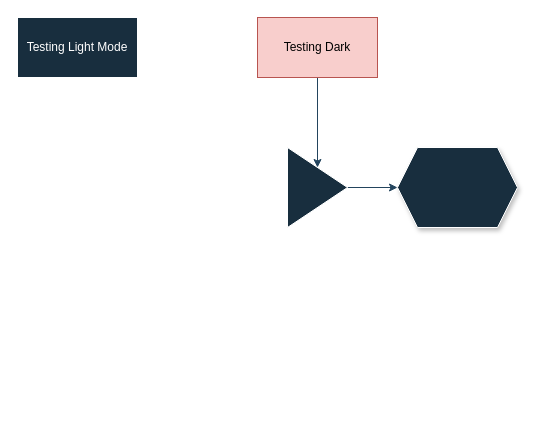
The draw.io diagram TestFolder/TestDarkLight.drawio in Peeeet/DrawIO-Test, before the edit. Source tidied: cells renumbered, new cells numbered last; positions are measured from the earlier drawing's top-left corner, leaving out a move shared by most shapes. Both pictures are drawn from the tidied source at 100%, with x=0, y=0 at pixel (17, 17).
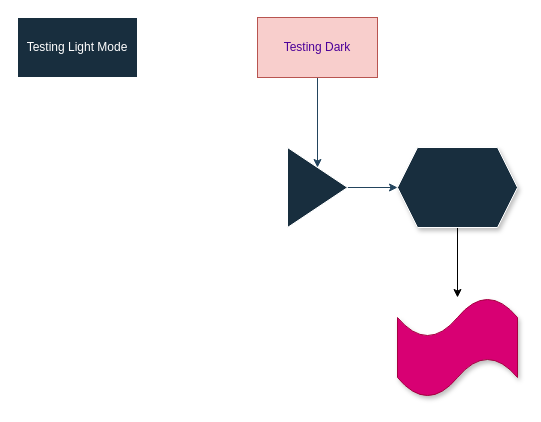
Above is the later version.

The edit, as a diff of the source:
```diff
@@
 <mxGraphModel>
   <root>
     <mxCell id="0" />
     <mxCell id="1" parent="0" />
     <mxCell id="2" value="Testing Light Mode" style="whiteSpace=wrap;html=1;fillColor=#182E3E;strokeColor=#FFFFFF;labelBackgroundColor=none;fontColor=#FFFFFF;" parent="1" vertex="1">
       <mxGeometry width="120" height="60" as="geometry" />
     </mxCell>
     <mxCell id="3" style="edgeStyle=orthogonalEdgeStyle;rounded=0;jettySize=auto;html=1;strokeColor=#23445D;fontColor=default;labelBackgroundColor=none;" parent="1" edge="1" source="4" target="6">
       <mxGeometry relative="1" as="geometry" />
     </mxCell>
-    <mxCell id="4" value="Testing Dark" style="whiteSpace=wrap;html=1;labelBackgroundColor=none;fillColor=#f8cecc;strokeColor=#b85450;" parent="1" vertex="1">
+    <mxCell id="4" value="Testing Dark" style="whiteSpace=wrap;html=1;labelBackgroundColor=none;fillColor=#f8cecc;strokeColor=#b85450;fontColor=#4C0099;" parent="1" vertex="1">
       <mxGeometry x="240" width="120" height="60" as="geometry" />
     </mxCell>
     <mxCell id="5" style="edgeStyle=orthogonalEdgeStyle;rounded=0;jettySize=auto;html=1;strokeColor=#23445D;fontColor=default;labelBackgroundColor=none;" parent="1" edge="1" source="6" target="7">
       <mxGeometry relative="1" as="geometry" />
     </mxCell>
     <mxCell id="6" style="triangle;whiteSpace=wrap;html=1;fillColor=#182E3E;strokeColor=#FFFFFF;fontColor=#FFFFFF;labelBackgroundColor=none;" parent="1" vertex="1">
       <mxGeometry x="270" y="130" width="60" height="80" as="geometry" />
     </mxCell>
+    <mxCell id="8" style="edgeStyle=none;html=1;fontColor=#4C0099;" parent="1" edge="1" source="7" target="9">
+      <mxGeometry relative="1" as="geometry" />
+    </mxCell>
     <mxCell id="7" style="shape=hexagon;perimeter=hexagonPerimeter2;whiteSpace=wrap;html=1;fixedSize=1;fillColor=#182E3E;strokeColor=#FFFFFF;fontColor=#FFFFFF;labelBackgroundColor=none;shadow=1;" parent="1" vertex="1">
       <mxGeometry x="380" y="130" width="120" height="80" as="geometry" />
     </mxCell>
+    <mxCell id="9" style="shape=tape;whiteSpace=wrap;html=1;fillColor=#d80073;strokeColor=#A50040;fontColor=#ffffff;labelBackgroundColor=none;shadow=1;" parent="1" vertex="1">
+      <mxGeometry x="380" y="280" width="120" height="100" as="geometry" />
+    </mxCell>
   </root>
 </mxGraphModel>
```
